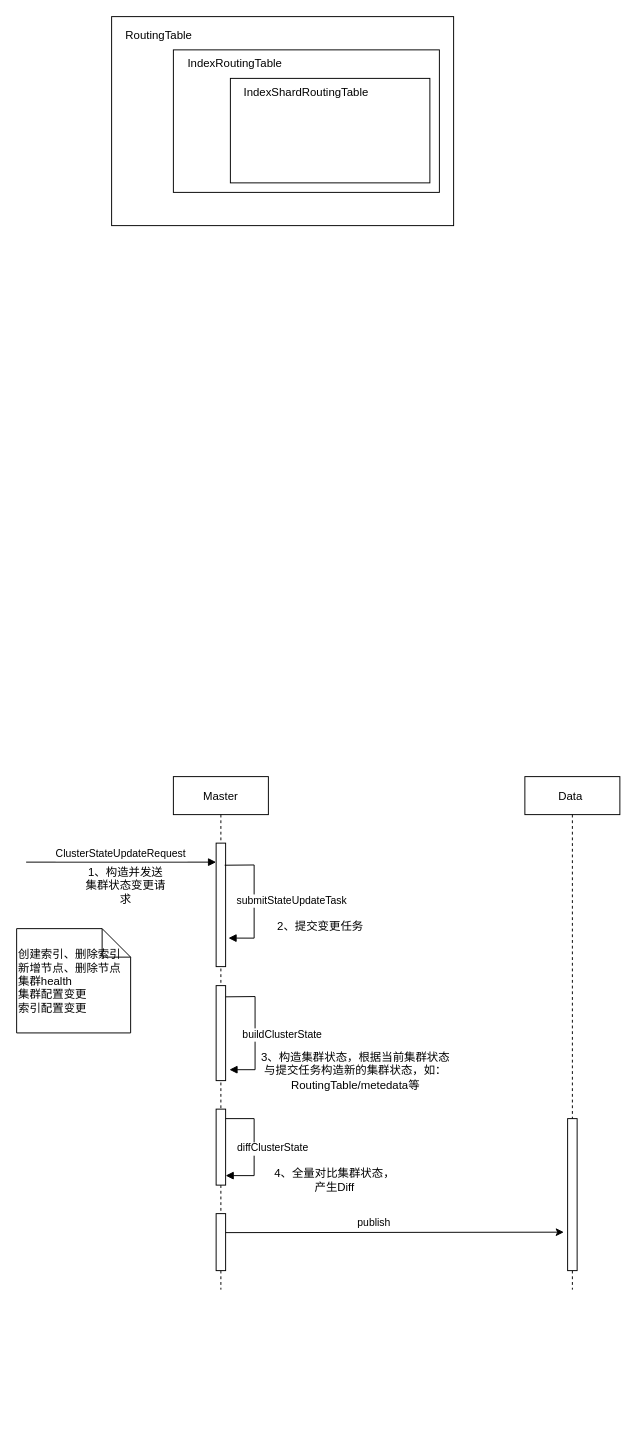
This is elasticsearch/meta/meta_raw.drawio from kingskipper/design, a draw.io file, before an edit. Source tidied: cells renumbered, new cells numbered last; positions are measured from the earlier drawing's top-left corner, leaving out a move shared by most shapes. Both pictures are drawn from the tidied source at 95%, with x=0, y=0 at pixel (16, 16).
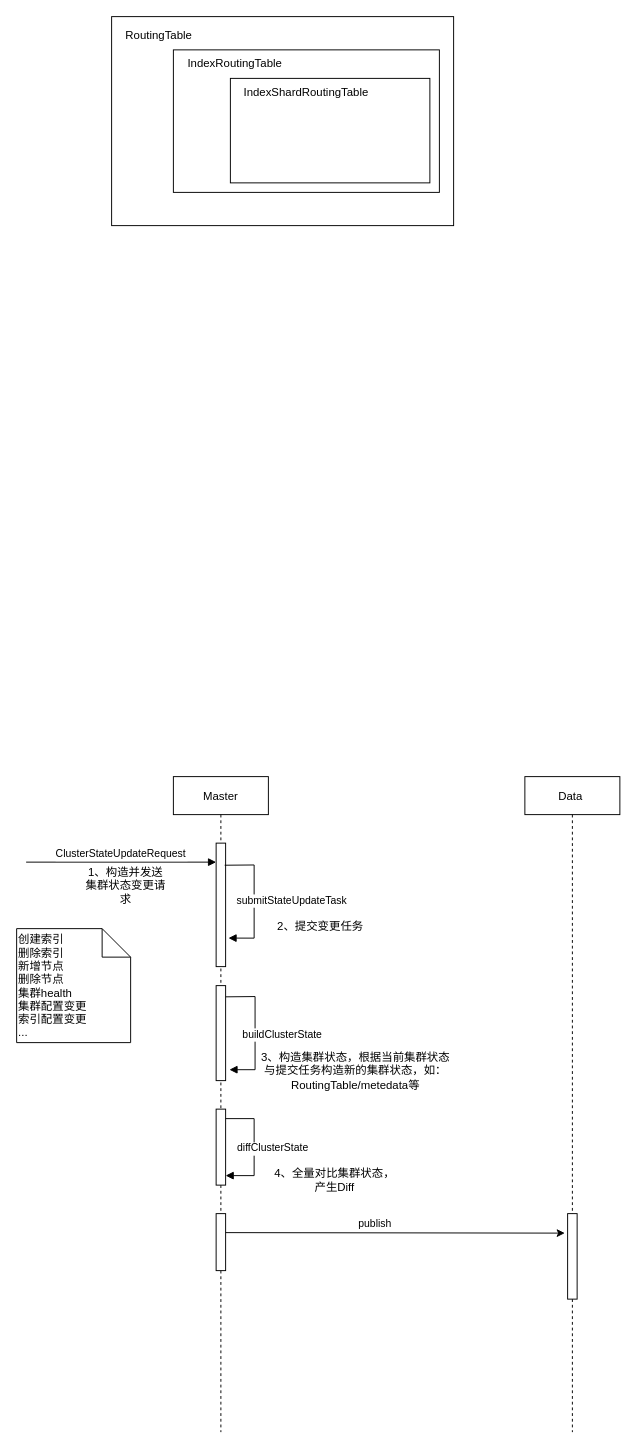
Above is the later version.

The edit, as a diff of the source:
```diff
@@
     <mxCell id="2" value="Master" style="shape=umlLifeline;perimeter=lifelinePerimeter;rounded=0;shadow=0;strokeWidth=1;" parent="1" vertex="1">
-      <mxGeometry x="165" y="800" width="100" height="540" as="geometry" />
+      <mxGeometry x="165" y="800" width="100" height="690" as="geometry" />
     </mxCell>
@@
-    <mxCell id="10" style="endArrow=classic;html=1;rounded=0;entryX=-0.4;entryY=0.747;entryDx=0;entryDy=0;entryPerimeter=0;" parent="2" edge="1" target="13">
+    <mxCell id="10" style="endArrow=classic;html=1;entryX=-0.3;entryY=0.228;entryDx=0;entryDy=0;entryPerimeter=0;rounded=1;" parent="2" edge="1" target="13">
       <mxGeometry relative="1" as="geometry">
         <mxPoint x="55" y="480" as="sourcePoint" />
       </mxGeometry>
     </mxCell>
@@
     <mxCell id="12" value="Data " style="shape=umlLifeline;perimeter=lifelinePerimeter;rounded=0;shadow=0;strokeWidth=1;" parent="1" vertex="1">
-      <mxGeometry x="535" y="800" width="100" height="540" as="geometry" />
+      <mxGeometry x="535" y="800" width="100" height="690" as="geometry" />
     </mxCell>
     <mxCell id="13" style="points=[];perimeter=orthogonalPerimeter;rounded=0;shadow=0;strokeWidth=1;" parent="12" vertex="1">
-      <mxGeometry x="45" y="360" width="10" height="160" as="geometry" />
+      <mxGeometry x="45" y="460" width="10" height="90" as="geometry" />
     </mxCell>
@@
-    <mxCell id="20" value="ClusterStateUpdateRequest" style="verticalAlign=bottom;endArrow=block;entryX=0;entryY=0;shadow=0;strokeWidth=1;" parent="1" edge="1">
+    <mxCell id="20" value="ClusterStateUpdateRequest" style="verticalAlign=bottom;endArrow=block;entryX=0;entryY=0;shadow=0;strokeWidth=1;rounded=0;" parent="1" edge="1">
       <mxGeometry relative="1" as="geometry">
         <mxPoint x="10" y="890" as="sourcePoint" />
         <mxPoint x="210" y="890" as="targetPoint" />
       </mxGeometry>
     </mxCell>
@@
-    <mxCell id="25" value="创建索引、删除索引&#10;新增节点、删除节点&#10;集群health&#10;集群配置变更&#10;索引配置变更" style="shape=note;align=left;" parent="1" vertex="1">
-      <mxGeometry y="960" width="120" height="109.8" as="geometry" />
+    <mxCell id="25" value="创建索引&#10;删除索引&#10;新增节点&#10;删除节点&#10;集群health&#10;集群配置变更&#10;索引配置变更&#10;..." style="shape=note;align=left;" parent="1" vertex="1">
+      <mxGeometry y="960" width="120" height="120" as="geometry" />
     </mxCell>
```
